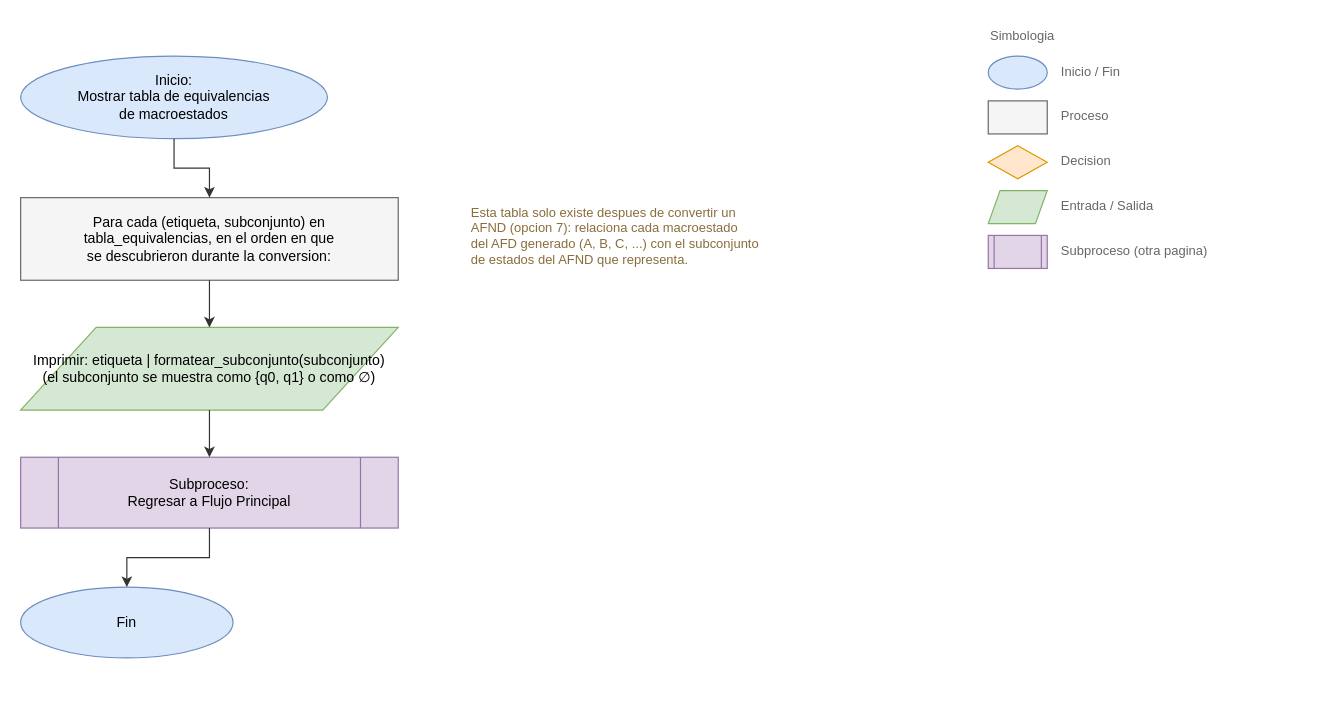
Earlier version of the draw.io diagram Proyecto 2/Documentacion/diagramas/8_Tabla_de_equivalencias.drawio (rodruiz03/Proyecto_LFA). Source tidied: cells renumbered, new cells numbered last; positions are measured from the earlier drawing's top-left corner, leaving out a move shared by most shapes. Both pictures are drawn from the tidied source at 118%, with x=0, y=0 at pixel (20, 20).
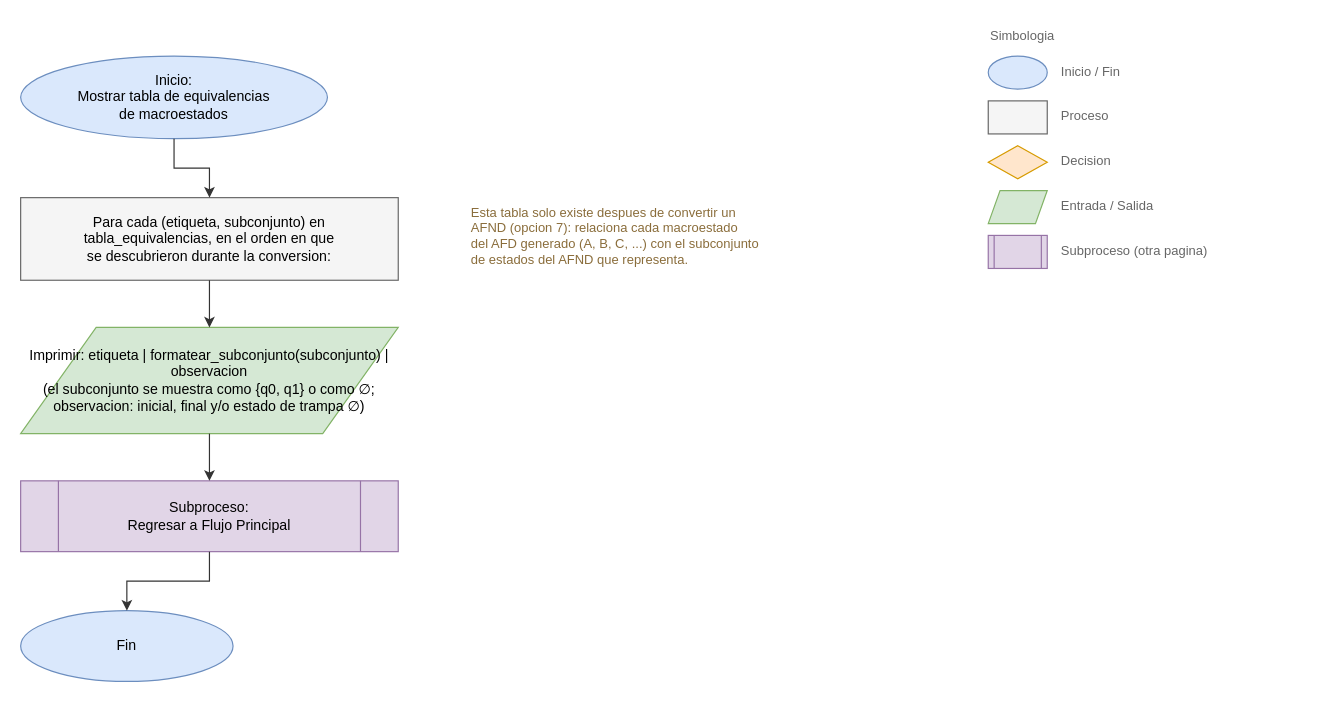
After the change.

The edit, as a diff of the source:
```diff
@@
-    <mxCell id="5" value="Imprimir: etiqueta  |  formatear_subconjunto(subconjunto)&#10;(el subconjunto se muestra como {q0, q1} o como ∅)" style="shape=parallelogram;perimeter=parallelogramPerimeter;whiteSpace=wrap;html=1;fillColor=#d5e8d4;strokeColor=#82b366;fontSize=12;align=center;" parent="1" vertex="1">
-      <mxGeometry y="260" width="320" height="70" as="geometry" />
+    <mxCell id="5" value="Imprimir: etiqueta | formatear_subconjunto(subconjunto) | observacion&#10;(el subconjunto se muestra como {q0, q1} o como ∅;&#10;observacion: inicial, final y/o estado de trampa ∅)" style="shape=parallelogram;perimeter=parallelogramPerimeter;whiteSpace=wrap;html=1;fillColor=#d5e8d4;strokeColor=#82b366;fontSize=12;align=center;" parent="1" vertex="1">
+      <mxGeometry y="260" width="320" height="90" as="geometry" />
     </mxCell>
@@
     <mxCell id="7" value="Subproceso:&#10;Regresar a Flujo Principal" style="shape=process;whiteSpace=wrap;html=1;fillColor=#e1d5e7;strokeColor=#9673a6;fontSize=12;align=center;" parent="1" vertex="1">
-      <mxGeometry y="370" width="320" height="60" as="geometry" />
+      <mxGeometry y="390" width="320" height="60" as="geometry" />
     </mxCell>
@@
     <mxCell id="9" value="Fin" style="ellipse;whiteSpace=wrap;html=1;fillColor=#dae8fc;strokeColor=#6c8ebf;fontSize=12;" parent="1" vertex="1">
-      <mxGeometry y="480" width="180" height="60" as="geometry" />
+      <mxGeometry y="500" width="180" height="60" as="geometry" />
     </mxCell>
```
